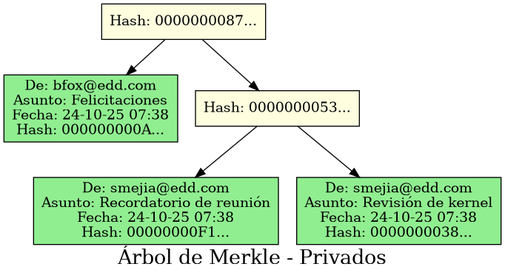
The Graphviz diagram Fase1/src/lgarcia-Reportes/merkle_tree.png in JoseArt777/-EDD-1S2025_202100305, before a commit. Its source is kept beside it as Fase1/src/lgarcia-Reportes/merkle_tree.dot.
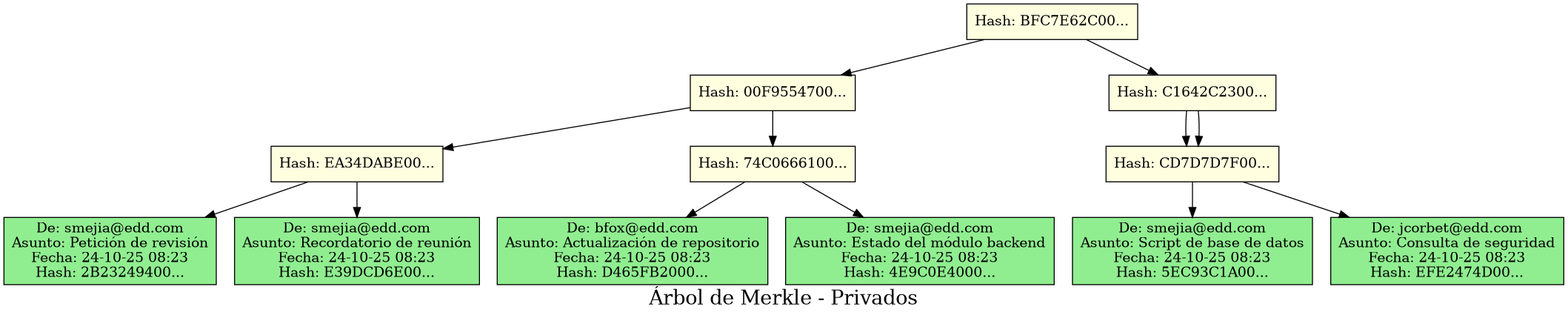
After the change.

Change to the diagram source:
```diff
@@ -4,13 +4,28 @@
     node [shape=box, style=filled];
     rankdir=TB;
 
-    node0 [label="Hash: 0000000087...", fillcolor=lightyellow];
-    node1 [label="De: bfox@edd.com\nAsunto: Felicitaciones\nFecha: 24-10-25 07:38\nHash: 000000000A...", fillcolor=lightgreen];
+    node0 [label="Hash: BFC7E62C00...", fillcolor=lightyellow];
+    node1 [label="Hash: 00F9554700...", fillcolor=lightyellow];
+    node2 [label="Hash: EA34DABE00...", fillcolor=lightyellow];
+    node3 [label="De: smejia@edd.com\nAsunto: Petición de revisión\nFecha: 24-10-25 08:23\nHash: 2B23249400...", fillcolor=lightgreen];
+    node2 -> node3;
+    node4 [label="De: smejia@edd.com\nAsunto: Recordatorio de reunión\nFecha: 24-10-25 08:23\nHash: E39DCD6E00...", fillcolor=lightgreen];
+    node2 -> node4;
+    node1 -> node2;
+    node5 [label="Hash: 74C0666100...", fillcolor=lightyellow];
+    node6 [label="De: bfox@edd.com\nAsunto: Actualización de repositorio\nFecha: 24-10-25 08:23\nHash: D465FB2000...", fillcolor=lightgreen];
+    node5 -> node6;
+    node7 [label="De: smejia@edd.com\nAsunto: Estado del módulo backend\nFecha: 24-10-25 08:23\nHash: 4E9C0E4000...", fillcolor=lightgreen];
+    node5 -> node7;
+    node1 -> node5;
     node0 -> node1;
-    node2 [label="Hash: 0000000053...", fillcolor=lightyellow];
-    node3 [label="De: smejia@edd.com\nAsunto: Recordatorio de reunión\nFecha: 24-10-25 07:38\nHash: 00000000F1...", fillcolor=lightgreen];
-    node2 -> node3;
-    node4 [label="De: smejia@edd.com\nAsunto: Revisión de kernel\nFecha: 24-10-25 07:38\nHash: 0000000038...", fillcolor=lightgreen];
-    node2 -> node4;
-    node0 -> node2;
+    node8 [label="Hash: C1642C2300...", fillcolor=lightyellow];
+    node9 [label="Hash: CD7D7D7F00...", fillcolor=lightyellow];
+    node10 [label="De: smejia@edd.com\nAsunto: Script de base de datos\nFecha: 24-10-25 08:23\nHash: 5EC93C1A00...", fillcolor=lightgreen];
+    node9 -> node10;
+    node11 [label="De: jcorbet@edd.com\nAsunto: Consulta de seguridad\nFecha: 24-10-25 08:23\nHash: EFE2474D00...", fillcolor=lightgreen];
+    node9 -> node11;
+    node8 -> node9;
+    node8 -> node9;
+    node0 -> node8;
 }
```
